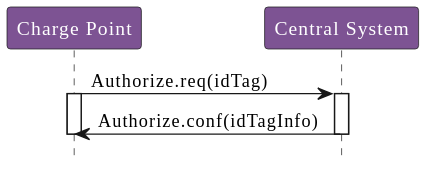
The PlantUML diagram OCPP_1.6/images/figure_12.svg in phoi5675/ocpp-markdown, before a commit.
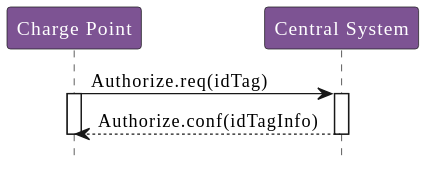
Above is the later version.

Diff of the diagram source:
```diff
@@ -8,7 +8,7 @@
 activate ChargePoint
 activate CentralSystem
 
-CentralSystem -> ChargePoint : Authorize.conf(idTagInfo)
+CentralSystem --> ChargePoint : Authorize.conf(idTagInfo)
 deactivate CentralSystem
 deactivate ChargePoint
 @enduml
```
